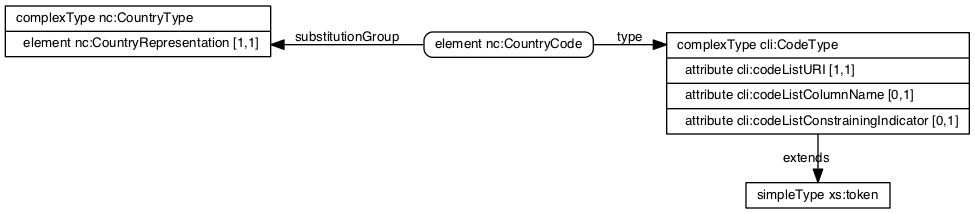
NIEM/NIEM.github.io keeps this Graphviz diagram as normative-rules-guidelines/country-codes/schema-code.png. Above is the earlier version. Its source is kept beside it as normative-rules-guidelines/country-codes/schema-code.dot.
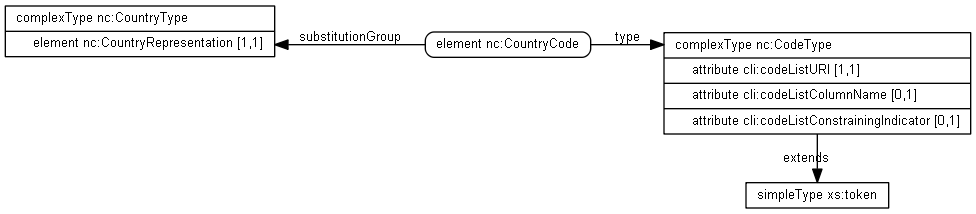
Above is the later version.

Commit message:
Updated country code guidance based on the 4.0 release and the updated Code Lists spec

The edit, as a diff of the source:
```diff
@@ -9,13 +9,13 @@
   "nc:CountryCode" [label="element \N", shape=box, style=rounded];
 
   "nc:CountryType":ecr -> { "nc:CountryCode" } [dir=back,label=substitutionGroup];
-  "nc:CountryCode" -> "cli:CodeType":top [label=type];
+  "nc:CountryCode" -> "nc:CodeType":top [label=type];
 
   rank = same {
-  "cli:CodeType" [label="<top> complexType \N\l | &emsp; attribute cli:codeListURI [1,1]\l | &emsp; attribute cli:codeListColumnName [0,1]\l | &emsp; attribute cli:codeListConstrainingIndicator [0,1]\l"];
+  "nc:CodeType" [label="<top> complexType \N\l | &emsp; attribute cli:codeListURI [1,1]\l | &emsp; attribute cli:codeListColumnName [0,1]\l | &emsp; attribute cli:codeListConstrainingIndicator [0,1]\l"];
   "xs:token" [label="simpleType \N"];
   }
 
-  "cli:CodeType" -> "xs:token" [label="extends"];
+  "nc:CodeType" -> "xs:token" [label="extends"];
 
 }
```
